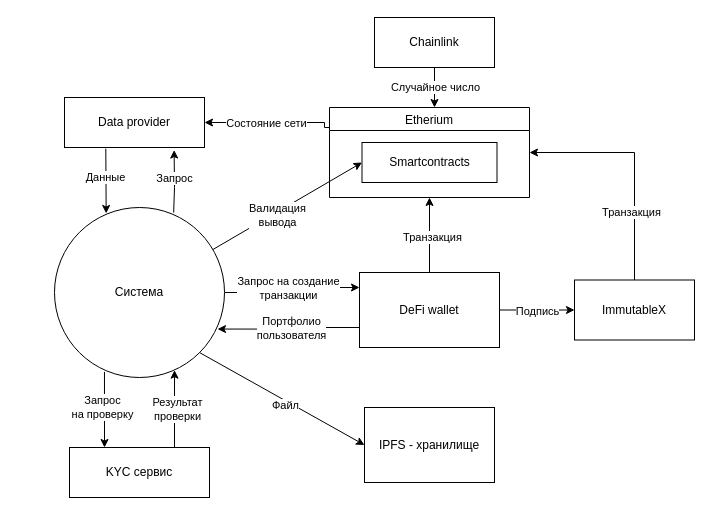
careock/diagrams keeps this draw.io diagram as CE/Контекстная.drawio. Above is the earlier version. Source tidied: cells renumbered, new cells numbered last; positions are measured from the earlier drawing's top-left corner, leaving out a move shared by most shapes. Both pictures are drawn from the tidied source at 100%, with x=0, y=0 at pixel (54, 17).
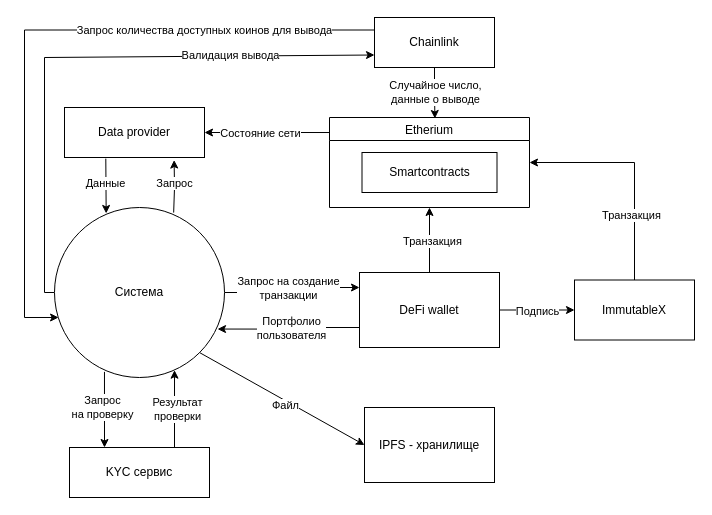
The same page after the edit.

The change refers to these unchanged cells:
```xml
<mxCell id="10" value="Система" style="ellipse;whiteSpace=wrap;html=1;" parent="1" vertex="1">
  <mxGeometry y="190" width="170" height="170" as="geometry" />
</mxCell>
<mxCell id="28" value="Smartcontracts" style="rounded=0;whiteSpace=wrap;html=1;" parent="27" vertex="1">
  <mxGeometry x="32.5" y="35" width="135" height="40" as="geometry" />
</mxCell>
<mxCell id="31" value="Chainlink" style="rounded=0;whiteSpace=wrap;html=1;" parent="1" vertex="1">
  <mxGeometry x="320" width="120" height="50" as="geometry" />
</mxCell>
```

Diff of the diagram source:
```diff
@@
-    <mxCell id="8" style="rounded=0;jettySize=auto;html=1;entryX=0;entryY=0.5;entryDx=0;entryDy=0;" parent="1" edge="1" source="10" target="28">
-      <mxGeometry relative="1" as="geometry" />
-    </mxCell>
+    <mxCell id="37" style="edgeStyle=none;rounded=0;jettySize=auto;html=1;entryX=0;entryY=0.75;entryDx=0;entryDy=0;exitX=0;exitY=0.5;exitDx=0;exitDy=0;" parent="1" edge="1" source="10" target="31">
+      <mxGeometry relative="1" as="geometry">
+        <Array as="points">
+          <mxPoint x="-10" y="275" />
+          <mxPoint x="-10" y="40" />
+        </Array>
+      </mxGeometry>
+    </mxCell>
-    <mxCell id="9" value="Валидация &lt;br&gt;вывода" style="edgeLabel;html=1;align=center;verticalAlign=middle;" parent="8" vertex="1">
-      <mxGeometry x="-0.15" y="-3" relative="1" as="geometry" />
+    <mxCell id="9" value="Валидация вывода" style="edgeLabel;html=1;align=center;verticalAlign=middle;" parent="37" vertex="1">
+      <mxGeometry x="0.5" y="1" relative="1" as="geometry" />
     </mxCell>
@@
-    <mxCell id="19" style="edgeStyle=orthogonalEdgeStyle;rounded=0;jettySize=auto;html=1;strokeColor=default;startArrow=classic;startFill=1;endArrow=none;endFill=0;exitX=1;exitY=0.5;exitDx=0;exitDy=0;entryX=0;entryY=0.141;entryDx=0;entryDy=0;entryPerimeter=0;" parent="1" edge="1" source="21" target="27">
-      <mxGeometry relative="1" as="geometry">
-        <Array as="points">
-          <mxPoint x="270" y="105" />
-          <mxPoint x="270" y="110" />
-          <mxPoint x="275" y="110" />
-        </Array>
-      </mxGeometry>
+    <mxCell id="19" style="edgeStyle=orthogonalEdgeStyle;rounded=0;jettySize=auto;html=1;strokeColor=default;startArrow=classic;startFill=1;endArrow=none;endFill=0;exitX=1;exitY=0.5;exitDx=0;exitDy=0;entryX=0;entryY=0.167;entryDx=0;entryDy=0;entryPerimeter=0;" parent="1" edge="1" source="21" target="27">
+      <mxGeometry relative="1" as="geometry" />
     </mxCell>
@@
     <mxCell id="21" value="Data provider" style="rounded=0;whiteSpace=wrap;html=1;" parent="1" vertex="1">
-      <mxGeometry x="10" y="80" width="140" height="50" as="geometry" />
+      <mxGeometry x="10" y="90" width="140" height="50" as="geometry" />
     </mxCell>
@@
     <mxCell id="27" value="Etherium" style="swimlane;startSize=23;fontStyle=0;" parent="1" vertex="1">
-      <mxGeometry x="275" y="90" width="200" height="90" as="geometry" />
+      <mxGeometry x="275" y="100" width="200" height="90" as="geometry" />
     </mxCell>
@@
-    <mxCell id="29" style="edgeStyle=orthogonalEdgeStyle;rounded=0;jettySize=auto;html=1;startArrow=none;startFill=0;entryX=0.7;entryY=0;entryDx=0;entryDy=0;entryPerimeter=0;" parent="1" edge="1" source="31">
-      <mxGeometry relative="1" as="geometry">
-        <mxPoint x="380" y="90" as="targetPoint" />
-      </mxGeometry>
+    <mxCell id="29" style="edgeStyle=orthogonalEdgeStyle;rounded=0;jettySize=auto;html=1;startArrow=none;startFill=0;entryX=0.527;entryY=0.011;entryDx=0;entryDy=0;entryPerimeter=0;" parent="1" edge="1" source="31" target="27">
+      <mxGeometry relative="1" as="geometry" />
     </mxCell>
-    <mxCell id="30" value="Случайное число" style="edgeLabel;html=1;align=center;verticalAlign=middle;" parent="29" vertex="1">
+    <mxCell id="30" value="Случайное число,&lt;br&gt;данные о выводе" style="edgeLabel;html=1;align=center;verticalAlign=middle;" parent="29" vertex="1">
       <mxGeometry x="0.07" y="2" relative="1" as="geometry">
         <mxPoint x="-2" y="-2" as="offset" />
       </mxGeometry>
     </mxCell>
+    <mxCell id="38" style="edgeStyle=orthogonalEdgeStyle;rounded=0;jettySize=auto;html=1;entryX=0.024;entryY=0.647;entryDx=0;entryDy=0;entryPerimeter=0;exitX=0;exitY=0.25;exitDx=0;exitDy=0;" parent="1" edge="1" source="31" target="10">
+      <mxGeometry relative="1" as="geometry">
+        <Array as="points">
+          <mxPoint x="-30" y="13" />
+          <mxPoint x="-30" y="300" />
+        </Array>
+      </mxGeometry>
+    </mxCell>
+    <mxCell id="39" value="Запрос количества доступных коинов для вывода" style="edgeLabel;html=1;align=center;verticalAlign=middle;" parent="38" vertex="1">
+      <mxGeometry x="-0.49" relative="1" as="geometry" />
+    </mxCell>
```
